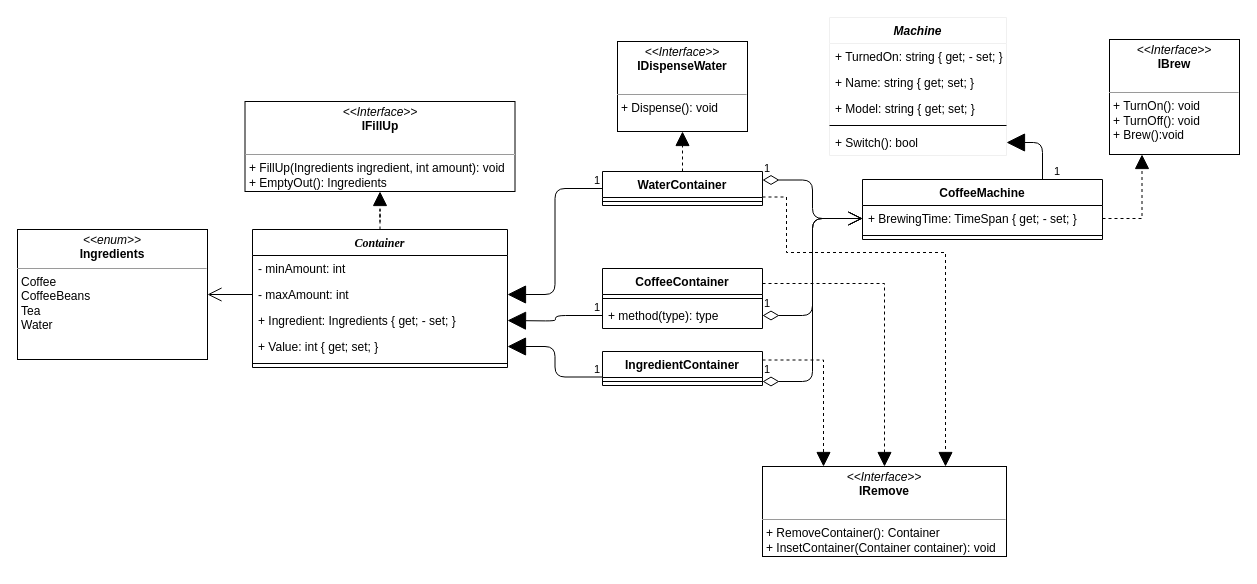
The draw.io diagram CoffeeMachine/KaffemaskineDiagram.drawio in Mojiez/H2Opgaver, before the edit. Source tidied: cells renumbered, new cells numbered last; positions are measured from the earlier drawing's top-left corner, leaving out a move shared by most shapes. Both pictures are drawn from the tidied source at 100%, with x=0, y=0 at pixel (17, 17).
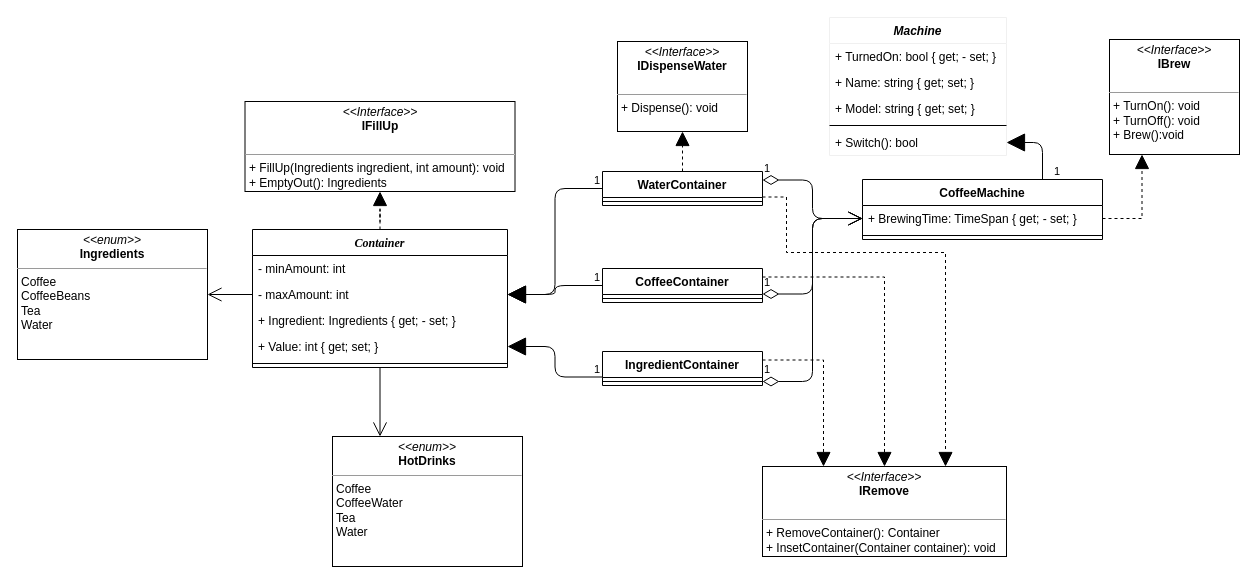
The same page after the edit.

Unchanged cells that the change refers to:
```xml
<mxCell id="3" value="+ BrewingTime: TimeSpan { get; - set; }" style="text;strokeColor=none;fillColor=none;align=left;verticalAlign=top;spacingLeft=4;spacingRight=4;overflow=hidden;points=[[0,0.5],[1,0.5]];portConstraint=eastwest;" parent="2" vertex="1">
  <mxGeometry y="26" width="240" height="26" as="geometry" />
</mxCell>
<mxCell id="15" value="- maxAmount: int" style="text;strokeColor=none;fillColor=none;align=left;verticalAlign=top;spacingLeft=4;spacingRight=4;overflow=hidden;points=[[0,0.5],[1,0.5]];portConstraint=eastwest;" parent="13" vertex="1">
  <mxGeometry y="52" width="255" height="26" as="geometry" />
</mxCell>
<mxCell id="18" style="line;strokeWidth=1;fillColor=none;align=left;verticalAlign=middle;spacingTop=-1;spacingLeft=3;spacingRight=3;labelPosition=right;points=[];portConstraint=eastwest;" parent="13" vertex="1">
  <mxGeometry y="130" width="255" height="8" as="geometry" />
</mxCell>
<mxCell id="33" value="Machine" style="swimlane;fontStyle=3;align=center;verticalAlign=top;horizontal=1;startSize=26;strokeColor=#f0f0f0;" parent="1" vertex="1">
  <mxGeometry x="812" width="177" height="138" as="geometry" />
</mxCell>
```

Diff of the diagram source:
```diff
@@
     <mxCell id="9" value="CoffeeContainer" style="swimlane;fontStyle=1;align=center;verticalAlign=top;horizontal=1;startSize=26;" parent="1" vertex="1">
-      <mxGeometry x="585" y="251" width="160" height="60" as="geometry" />
+      <mxGeometry x="585" y="251" width="160" height="34" as="geometry" />
     </mxCell>
@@
-    <mxCell id="11" value="+ method(type): type" style="text;strokeColor=none;fillColor=none;align=left;verticalAlign=top;spacingLeft=4;spacingRight=4;overflow=hidden;points=[[0,0.5],[1,0.5]];portConstraint=eastwest;" parent="9" vertex="1">
-      <mxGeometry y="34" width="160" height="26" as="geometry" />
-    </mxCell>
@@
-    <mxCell id="20" value="1" style="endArrow=open;html=1;endSize=12;startArrow=diamondThin;startSize=14;startFill=0;edgeStyle=orthogonalEdgeStyle;align=left;verticalAlign=bottom;exitX=1;exitY=0.5;exitDx=0;exitDy=0;entryX=0;entryY=0.5;entryDx=0;entryDy=0;" parent="1" edge="1" source="11" target="3">
+    <mxCell id="20" value="1" style="endArrow=open;html=1;endSize=12;startArrow=diamondThin;startSize=14;startFill=0;edgeStyle=orthogonalEdgeStyle;align=left;verticalAlign=bottom;exitX=1;exitY=0.75;exitDx=0;exitDy=0;entryX=0;entryY=0.5;entryDx=0;entryDy=0;" parent="1" edge="1" source="9" target="3">
       <mxGeometry x="-1" y="3" relative="1" as="geometry" />
     </mxCell>
@@
-    <mxCell id="25" style="endArrow=block;endFill=1;html=1;edgeStyle=orthogonalEdgeStyle;align=left;verticalAlign=top;endSize=16;entryX=1;entryY=0.5;entryDx=0;entryDy=0;exitX=0;exitY=0.5;exitDx=0;exitDy=0;" parent="1" edge="1" source="11">
-      <mxGeometry x="-0.22" relative="1" as="geometry">
-        <mxPoint x="490" y="303" as="targetPoint" />
-      </mxGeometry>
+    <mxCell id="25" style="endArrow=block;endFill=1;html=1;edgeStyle=orthogonalEdgeStyle;align=left;verticalAlign=top;endSize=16;entryX=1;entryY=0.5;entryDx=0;entryDy=0;exitX=0;exitY=0.5;exitDx=0;exitDy=0;" parent="1" edge="1" source="9" target="15">
+      <mxGeometry x="-0.22" relative="1" as="geometry" />
     </mxCell>
@@
-    <mxCell id="34" value="+ TurnedOn: string { get; - set; }" style="text;strokeColor=none;fillColor=none;align=left;verticalAlign=top;spacingLeft=4;spacingRight=4;overflow=hidden;" parent="33" vertex="1">
+    <mxCell id="34" value="+ TurnedOn: bool { get; - set; }" style="text;strokeColor=none;fillColor=none;align=left;verticalAlign=top;spacingLeft=4;spacingRight=4;overflow=hidden;" parent="33" vertex="1">
       <mxGeometry y="26" width="177" height="26" as="geometry" />
     </mxCell>
@@
+    <mxCell id="47" value="&lt;p style=&quot;margin: 0px ; margin-top: 4px ; text-align: center&quot;&gt;&lt;i&gt;&amp;lt;&amp;lt;enum&amp;gt;&amp;gt;&lt;/i&gt;&lt;br&gt;&lt;b&gt;HotDrinks&lt;/b&gt;&lt;/p&gt;&lt;hr size=&quot;1&quot;&gt;&lt;p style=&quot;margin: 0px ; margin-left: 4px&quot;&gt;Coffee&lt;/p&gt;&lt;p style=&quot;margin: 0px ; margin-left: 4px&quot;&gt;&lt;span&gt;CoffeeWater&lt;/span&gt;&lt;br&gt;&lt;/p&gt;&lt;p style=&quot;margin: 0px ; margin-left: 4px&quot;&gt;Tea&lt;/p&gt;&lt;p style=&quot;margin: 0px ; margin-left: 4px&quot;&gt;Water&lt;/p&gt;" style="verticalAlign=top;align=left;overflow=fill;fontSize=12;fontFamily=Helvetica;html=1;" parent="1" vertex="1">
+      <mxGeometry x="315" y="419" width="190" height="130" as="geometry" />
+    </mxCell>
+    <mxCell id="48" style="endArrow=open;endFill=1;endSize=12;html=1;fontFamily=Times New Roman;entryX=0.25;entryY=0;entryDx=0;entryDy=0;" parent="1" edge="1" source="18" target="47">
+      <mxGeometry relative="1" as="geometry" />
+    </mxCell>
```
